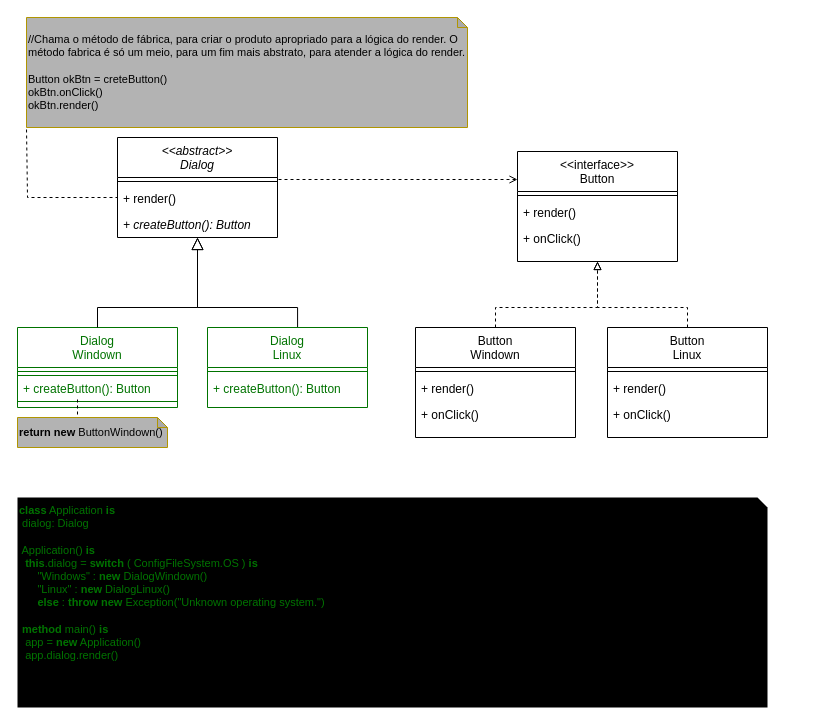
This is page "Factory Method" (1 of 2) of Design Patterns.drawio from bcmes/diagrams, a draw.io file, before an edit. Source tidied: cells renumbered, new cells numbered last; positions are measured from the earlier drawing's top-left corner, leaving out a move shared by most shapes. Both pictures are drawn from the tidied source at 100%, with x=0, y=0 at pixel (17, 17).
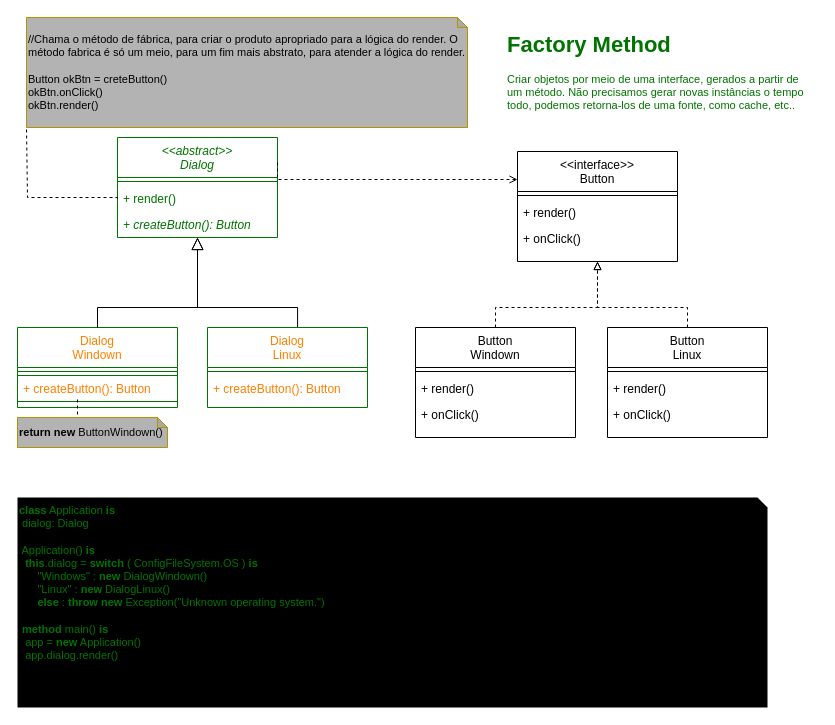
The same diagram, later.

The edit, as a diff of the source:
```diff
@@
-    <mxCell id="2" value="&lt;&lt;abstract&gt;&gt;&#10;Dialog" style="swimlane;fontStyle=2;align=center;verticalAlign=top;horizontal=1;startSize=40;rounded=0;shadow=0;strokeWidth=1;" parent="1" vertex="1">
+    <mxCell id="2" value="&lt;&lt;abstract&gt;&gt;&#10;Dialog" style="swimlane;fontStyle=2;align=center;verticalAlign=top;horizontal=1;startSize=40;rounded=0;shadow=0;strokeWidth=1;fontColor=#007300;strokeColor=#007300;" parent="1" vertex="1">
       <mxGeometry x="100" y="120" width="160" height="100" as="geometry" />
     </mxCell>
-    <mxCell id="3" style="line;html=1;strokeWidth=1;align=left;verticalAlign=middle;spacingTop=-1;spacingLeft=3;spacingRight=3;labelPosition=right;" parent="2" vertex="1">
+    <mxCell id="3" style="line;html=1;strokeWidth=1;align=left;verticalAlign=middle;spacingTop=-1;spacingLeft=3;spacingRight=3;labelPosition=right;fontColor=#007300;strokeColor=#007300;" parent="2" vertex="1">
       <mxGeometry y="40" width="160" height="8" as="geometry" />
     </mxCell>
-    <mxCell id="4" value="+ render()" style="text;align=left;verticalAlign=top;spacingLeft=4;spacingRight=4;overflow=hidden;points=[[0,0.5],[1,0.5]];portConstraint=eastwest;" parent="2" vertex="1">
+    <mxCell id="4" value="+ render()" style="text;align=left;verticalAlign=top;spacingLeft=4;spacingRight=4;overflow=hidden;points=[[0,0.5],[1,0.5]];portConstraint=eastwest;fontColor=#007300;" parent="2" vertex="1">
       <mxGeometry y="48" width="160" height="26" as="geometry" />
     </mxCell>
-    <mxCell id="5" value="+ createButton(): Button" style="text;align=left;verticalAlign=top;spacingLeft=4;spacingRight=4;overflow=hidden;fontStyle=2;" parent="2" vertex="1">
+    <mxCell id="5" value="+ createButton(): Button" style="text;align=left;verticalAlign=top;spacingLeft=4;spacingRight=4;overflow=hidden;fontStyle=2;fontColor=#007300;" parent="2" vertex="1">
       <mxGeometry y="74" width="160" height="26" as="geometry" />
     </mxCell>
-    <mxCell id="6" value="Dialog&#10;Windown" style="swimlane;fontStyle=0;align=center;verticalAlign=top;horizontal=1;startSize=40;rounded=0;shadow=0;strokeWidth=1;strokeColor=#007300;fontColor=#007300;" parent="1" vertex="1">
+    <mxCell id="6" value="Dialog&#10;Windown" style="swimlane;fontStyle=0;align=center;verticalAlign=top;horizontal=1;startSize=40;rounded=0;shadow=0;strokeWidth=1;strokeColor=#007300;fontColor=#FF8000;" parent="1" vertex="1">
       <mxGeometry y="310" width="160" height="80" as="geometry" />
     </mxCell>
@@
-    <mxCell id="8" value="+ createButton(): Button" style="text;align=left;verticalAlign=top;spacingLeft=4;spacingRight=4;overflow=hidden;points=[[0,0.5],[1,0.5]];portConstraint=eastwest;strokeColor=#007300;fontColor=#007300;" parent="6" vertex="1">
+    <mxCell id="8" value="+ createButton(): Button" style="text;align=left;verticalAlign=top;spacingLeft=4;spacingRight=4;overflow=hidden;points=[[0,0.5],[1,0.5]];portConstraint=eastwest;strokeColor=#007300;fontColor=#FF8000;" parent="6" vertex="1">
       <mxGeometry y="48" width="160" height="26" as="geometry" />
     </mxCell>
@@
-    <mxCell id="26" value="Dialog&#10;Linux" style="swimlane;fontStyle=0;align=center;verticalAlign=top;horizontal=1;startSize=40;rounded=0;shadow=0;strokeWidth=1;strokeColor=#007300;fontColor=#007300;" parent="1" vertex="1">
+    <mxCell id="26" value="Dialog&#10;Linux" style="swimlane;fontStyle=0;align=center;verticalAlign=top;horizontal=1;startSize=40;rounded=0;shadow=0;strokeWidth=1;strokeColor=#007300;fontColor=#FF8000;" parent="1" vertex="1">
       <mxGeometry x="190" y="310" width="160" height="80" as="geometry" />
     </mxCell>
@@
-    <mxCell id="28" value="+ createButton(): Button" style="text;align=left;verticalAlign=top;spacingLeft=4;spacingRight=4;overflow=hidden;fontColor=#007300;" parent="26" vertex="1">
+    <mxCell id="28" value="+ createButton(): Button" style="text;align=left;verticalAlign=top;spacingLeft=4;spacingRight=4;overflow=hidden;fontColor=#FF8000;" parent="26" vertex="1">
       <mxGeometry y="48" width="160" height="26" as="geometry" />
     </mxCell>
@@
+    <mxCell id="34" value="&lt;h1&gt;Factory Method&lt;/h1&gt;&lt;p&gt;Criar objetos por meio de uma interface, gerados a partir de um método. Não precisamos gerar novas instâncias o tempo todo, podemos retorna-los de uma fonte, como cache, etc..&lt;/p&gt;" style="text;html=1;strokeColor=none;fillColor=none;spacing=5;spacingTop=-20;whiteSpace=wrap;overflow=hidden;rounded=0;fontSize=11;fontColor=#007300;" parent="1" vertex="1">
+      <mxGeometry x="485" y="10" width="315" height="120" as="geometry" />
+    </mxCell>
```
